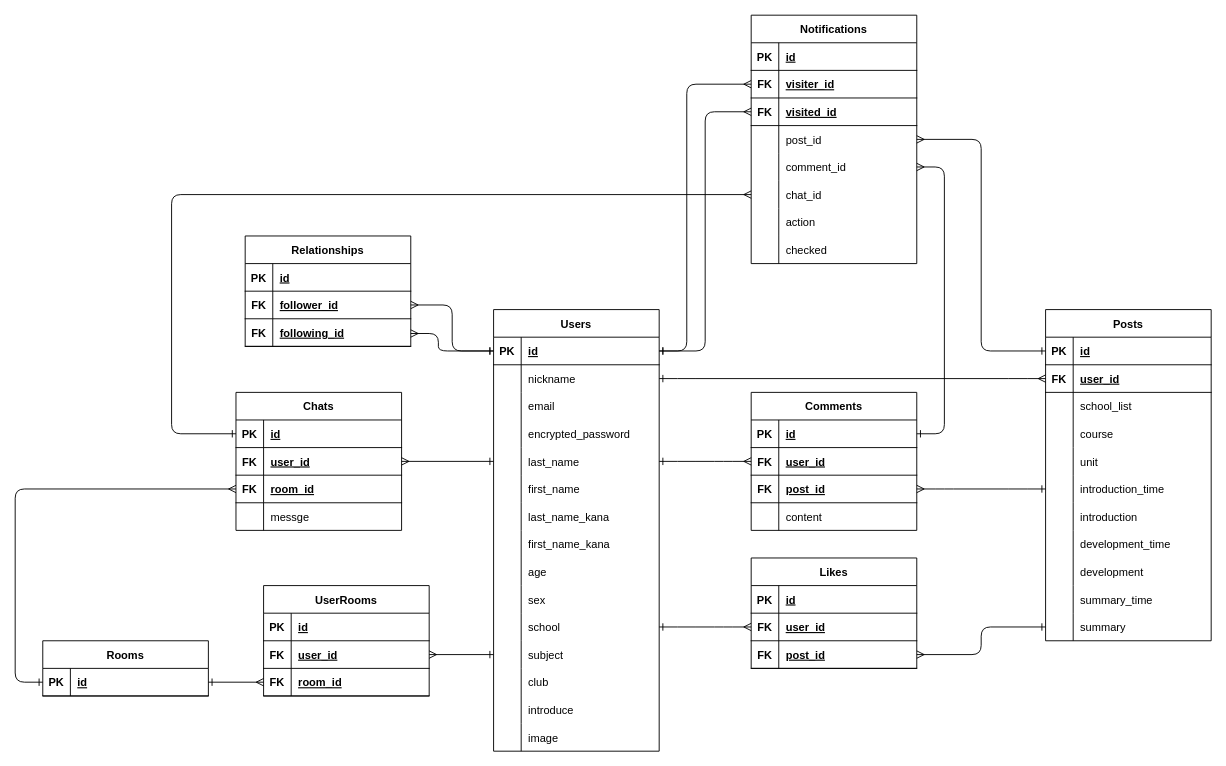
honda-gentuki/kyoyou keeps this draw.io diagram as KYOYOU.dio. Above is the earlier version. Source tidied: cells renumbered, new cells numbered last; positions are measured from the earlier drawing's top-left corner, leaving out a move shared by most shapes. Both pictures are drawn from the tidied source at 92%, with x=0, y=0 at pixel (15, 15).
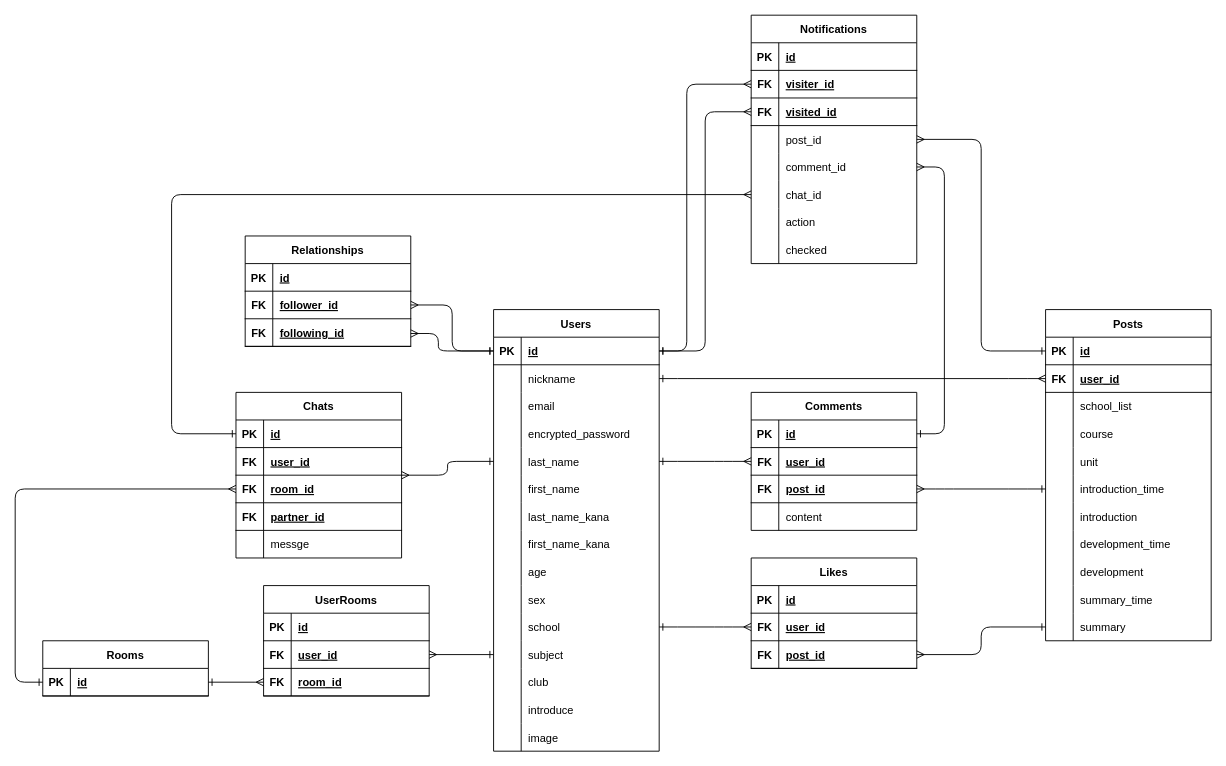
Above is the later version.

Unchanged cells that the change refers to:
```xml
<mxCell id="119" style="shape=partialRectangle;fillColor=none;top=0;left=0;bottom=1;right=0;points=[[0,0.5],[1,0.5]];portConstraint=eastwest;" parent="118" vertex="1">
  <mxGeometry y="30" width="180" height="30" as="geometry" />
</mxCell>
```

The edit, as a diff of the source:
```diff
@@
     <mxCell id="105" value="Chats" style="shape=table;startSize=30;childLayout=tableLayout;rowLines=0;fontStyle=1;align=center;" parent="1" vertex="1">
-      <mxGeometry x="240" y="410" width="180" height="150" as="geometry" />
+      <mxGeometry x="240" y="410" width="180" height="180" as="geometry" />
     </mxCell>
@@
+    <mxCell id="183" style="shape=partialRectangle;fillColor=none;top=0;left=0;bottom=1;right=0;" parent="105" vertex="1">
+      <mxGeometry y="90" width="180" height="30" as="geometry" />
+    </mxCell>
+    <mxCell id="184" value="FK" style="shape=partialRectangle;fillColor=none;top=0;left=0;bottom=0;right=0;fontStyle=1;overflow=hidden;" parent="183" vertex="1">
+      <mxGeometry width="30" height="30" as="geometry" />
+    </mxCell>
+    <mxCell id="185" value="room_id" style="shape=partialRectangle;fillColor=none;top=0;left=0;bottom=0;right=0;align=left;spacingLeft=6;fontStyle=5;overflow=hidden;" parent="183" vertex="1">
+      <mxGeometry x="30" width="150" height="30" as="geometry" />
+    </mxCell>
     <mxCell id="112" style="shape=partialRectangle;fillColor=none;top=0;left=0;bottom=1;right=0;points=[[0,0.5],[1,0.5]];portConstraint=eastwest;" parent="105" vertex="1">
-      <mxGeometry y="90" width="180" height="30" as="geometry" />
+      <mxGeometry y="120" width="180" height="30" as="geometry" />
     </mxCell>
@@
-    <mxCell id="114" value="room_id" style="shape=partialRectangle;fillColor=none;top=0;left=0;bottom=0;right=0;align=left;spacingLeft=6;fontStyle=5;overflow=hidden;" parent="112" vertex="1">
+    <mxCell id="114" value="partner_id" style="shape=partialRectangle;fillColor=none;top=0;left=0;bottom=0;right=0;align=left;spacingLeft=6;fontStyle=5;overflow=hidden;" parent="112" vertex="1">
       <mxGeometry x="30" width="150" height="30" as="geometry" />
     </mxCell>
-    <mxCell id="115" style="shape=partialRectangle;fillColor=none;top=0;left=0;bottom=0;right=0;" parent="105" vertex="1">
-      <mxGeometry y="120" width="180" height="30" as="geometry" />
-    </mxCell>
+    <mxCell id="186" style="shape=partialRectangle;fillColor=none;top=0;left=0;bottom=0;right=0;" parent="105" vertex="1">
+      <mxGeometry y="150" width="180" height="30" as="geometry" />
+    </mxCell>
-    <mxCell id="116" style="shape=partialRectangle;fillColor=none;top=0;left=0;bottom=0;right=0;overflow=hidden;" parent="115" vertex="1">
+    <mxCell id="116" style="shape=partialRectangle;fillColor=none;top=0;left=0;bottom=0;right=0;overflow=hidden;" parent="186" vertex="1">
       <mxGeometry width="30" height="30" as="geometry" />
     </mxCell>
-    <mxCell id="117" value="messge" style="shape=partialRectangle;fillColor=none;top=0;left=0;bottom=0;right=0;align=left;spacingLeft=6;overflow=hidden;" parent="115" vertex="1">
+    <mxCell id="117" value="messge" style="shape=partialRectangle;fillColor=none;top=0;left=0;bottom=0;right=0;align=left;spacingLeft=6;overflow=hidden;" parent="186" vertex="1">
       <mxGeometry x="30" width="150" height="30" as="geometry" />
     </mxCell>
@@
-    <mxCell id="181" style="fontSize=12;html=1;endArrow=ERone;startArrow=ERmany;startFill=0;endFill=0;entryX=0;entryY=0.5;entryDx=0;entryDy=0;exitX=0;exitY=0.5;exitDx=0;exitDy=0;edgeStyle=orthogonalEdgeStyle;" parent="1" edge="1" source="112" target="119">
+    <mxCell id="181" style="fontSize=12;html=1;endArrow=ERone;startArrow=ERmany;startFill=0;endFill=0;entryX=0;entryY=0.5;entryDx=0;entryDy=0;edgeStyle=orthogonalEdgeStyle;" parent="1" edge="1" target="119">
       <mxGeometry relative="1" as="geometry">
+        <mxPoint x="240" y="515" as="sourcePoint" />
         <Array as="points">
           <mxPoint y="515" />
           <mxPoint y="725" />
         </Array>
       </mxGeometry>
     </mxCell>
```
